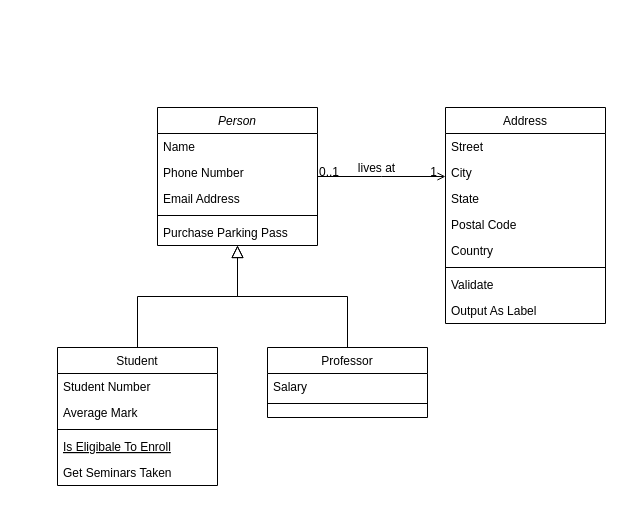
Before: Untitled Diagram.drawio in IsaiGalarza/Tutorials, a draw.io diagram. Source tidied: cells renumbered, new cells numbered last; positions are measured from the earlier drawing's top-left corner, leaving out a move shared by most shapes. Both pictures are drawn from the tidied source at 100%, with x=0, y=0 at pixel (57, 107).
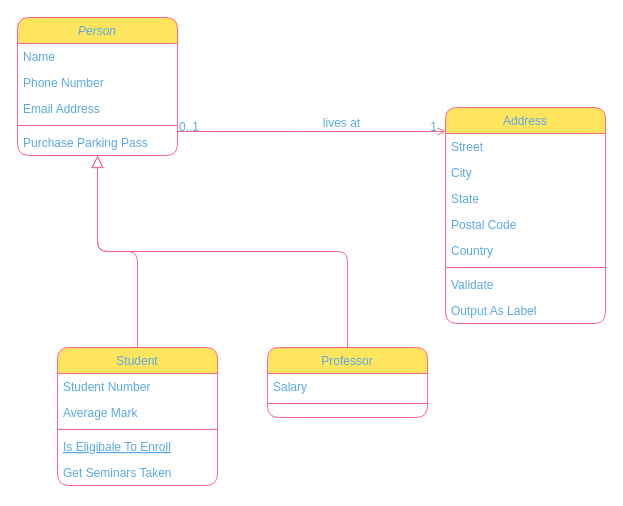
After the change.

What changed in the source:
```diff
@@
-    <mxCell id="2" value="Person" style="swimlane;fontStyle=2;align=center;verticalAlign=top;horizontal=1;startSize=26;rounded=0;shadow=0;strokeWidth=1;" parent="1" vertex="1">
-      <mxGeometry x="100" width="160" height="138" as="geometry" />
+    <mxCell id="2" value="Person" style="swimlane;fontStyle=2;align=center;verticalAlign=top;horizontal=1;startSize=26;shadow=0;strokeWidth=1;rounded=1;fillColor=#FFE45E;strokeColor=#FF6392;fontColor=#5AA9E6;" parent="1" vertex="1">
+      <mxGeometry x="-40" y="-90" width="160" height="138" as="geometry" />
     </mxCell>
-    <mxCell id="3" value="Name" style="text;align=left;verticalAlign=top;spacingLeft=4;spacingRight=4;overflow=hidden;" parent="2" vertex="1">
+    <mxCell id="3" value="Name" style="text;align=left;verticalAlign=top;spacingLeft=4;spacingRight=4;overflow=hidden;rounded=1;fontColor=#5AA9E6;" parent="2" vertex="1">
       <mxGeometry y="26" width="160" height="26" as="geometry" />
     </mxCell>
-    <mxCell id="4" value="Phone Number" style="text;align=left;verticalAlign=top;spacingLeft=4;spacingRight=4;overflow=hidden;rounded=0;shadow=0;html=0;" parent="2" vertex="1">
+    <mxCell id="4" value="Phone Number" style="text;align=left;verticalAlign=top;spacingLeft=4;spacingRight=4;overflow=hidden;shadow=0;html=0;rounded=1;fontColor=#5AA9E6;" parent="2" vertex="1">
       <mxGeometry y="52" width="160" height="26" as="geometry" />
     </mxCell>
-    <mxCell id="5" value="Email Address" style="text;align=left;verticalAlign=top;spacingLeft=4;spacingRight=4;overflow=hidden;rounded=0;shadow=0;html=0;" parent="2" vertex="1">
+    <mxCell id="5" value="Email Address" style="text;align=left;verticalAlign=top;spacingLeft=4;spacingRight=4;overflow=hidden;shadow=0;html=0;rounded=1;fontColor=#5AA9E6;" parent="2" vertex="1">
       <mxGeometry y="78" width="160" height="26" as="geometry" />
     </mxCell>
-    <mxCell id="6" style="line;html=1;strokeWidth=1;align=left;verticalAlign=middle;spacingTop=-1;spacingLeft=3;spacingRight=3;labelPosition=right;" parent="2" vertex="1">
+    <mxCell id="6" style="line;html=1;strokeWidth=1;align=left;verticalAlign=middle;spacingTop=-1;spacingLeft=3;spacingRight=3;labelPosition=right;rounded=1;fillColor=#FFE45E;strokeColor=#FF6392;fontColor=#5AA9E6;" parent="2" vertex="1">
       <mxGeometry y="104" width="160" height="8" as="geometry" />
     </mxCell>
-    <mxCell id="7" value="Purchase Parking Pass" style="text;align=left;verticalAlign=top;spacingLeft=4;spacingRight=4;overflow=hidden;" parent="2" vertex="1">
+    <mxCell id="7" value="Purchase Parking Pass" style="text;align=left;verticalAlign=top;spacingLeft=4;spacingRight=4;overflow=hidden;rounded=1;fontColor=#5AA9E6;" parent="2" vertex="1">
       <mxGeometry y="112" width="160" height="26" as="geometry" />
     </mxCell>
-    <mxCell id="8" value="Student" style="swimlane;fontStyle=0;align=center;verticalAlign=top;horizontal=1;startSize=26;rounded=0;shadow=0;strokeWidth=1;" parent="1" vertex="1">
+    <mxCell id="8" value="Student" style="swimlane;fontStyle=0;align=center;verticalAlign=top;horizontal=1;startSize=26;shadow=0;strokeWidth=1;rounded=1;fillColor=#FFE45E;strokeColor=#FF6392;fontColor=#5AA9E6;" parent="1" vertex="1">
       <mxGeometry y="240" width="160" height="138" as="geometry" />
     </mxCell>
-    <mxCell id="9" value="Student Number" style="text;align=left;verticalAlign=top;spacingLeft=4;spacingRight=4;overflow=hidden;" parent="8" vertex="1">
+    <mxCell id="9" value="Student Number" style="text;align=left;verticalAlign=top;spacingLeft=4;spacingRight=4;overflow=hidden;rounded=1;fontColor=#5AA9E6;" parent="8" vertex="1">
       <mxGeometry y="26" width="160" height="26" as="geometry" />
     </mxCell>
-    <mxCell id="10" value="Average Mark" style="text;align=left;verticalAlign=top;spacingLeft=4;spacingRight=4;overflow=hidden;rounded=0;shadow=0;html=0;" parent="8" vertex="1">
+    <mxCell id="10" value="Average Mark" style="text;align=left;verticalAlign=top;spacingLeft=4;spacingRight=4;overflow=hidden;shadow=0;html=0;rounded=1;fontColor=#5AA9E6;" parent="8" vertex="1">
       <mxGeometry y="52" width="160" height="26" as="geometry" />
     </mxCell>
-    <mxCell id="11" style="line;html=1;strokeWidth=1;align=left;verticalAlign=middle;spacingTop=-1;spacingLeft=3;spacingRight=3;labelPosition=right;" parent="8" vertex="1">
+    <mxCell id="11" style="line;html=1;strokeWidth=1;align=left;verticalAlign=middle;spacingTop=-1;spacingLeft=3;spacingRight=3;labelPosition=right;rounded=1;fillColor=#FFE45E;strokeColor=#FF6392;fontColor=#5AA9E6;" parent="8" vertex="1">
       <mxGeometry y="78" width="160" height="8" as="geometry" />
     </mxCell>
-    <mxCell id="12" value="Is Eligibale To Enroll" style="text;align=left;verticalAlign=top;spacingLeft=4;spacingRight=4;overflow=hidden;fontStyle=4;" parent="8" vertex="1">
+    <mxCell id="12" value="Is Eligibale To Enroll" style="text;align=left;verticalAlign=top;spacingLeft=4;spacingRight=4;overflow=hidden;fontStyle=4;rounded=1;fontColor=#5AA9E6;" parent="8" vertex="1">
       <mxGeometry y="86" width="160" height="26" as="geometry" />
     </mxCell>
-    <mxCell id="13" value="Get Seminars Taken" style="text;align=left;verticalAlign=top;spacingLeft=4;spacingRight=4;overflow=hidden;" parent="8" vertex="1">
+    <mxCell id="13" value="Get Seminars Taken" style="text;align=left;verticalAlign=top;spacingLeft=4;spacingRight=4;overflow=hidden;rounded=1;fontColor=#5AA9E6;" parent="8" vertex="1">
       <mxGeometry y="112" width="160" height="26" as="geometry" />
     </mxCell>
-    <mxCell id="14" style="endArrow=block;endSize=10;endFill=0;shadow=0;strokeWidth=1;rounded=0;edgeStyle=elbowEdgeStyle;elbow=vertical;" parent="1" edge="1" source="8" target="2">
+    <mxCell id="14" style="endArrow=block;endSize=10;endFill=0;shadow=0;strokeWidth=1;edgeStyle=elbowEdgeStyle;elbow=vertical;strokeColor=#FF6392;fontColor=#5AA9E6;" parent="1" edge="1" source="8" target="2">
       <mxGeometry relative="1" as="geometry" />
     </mxCell>
-    <mxCell id="15" value="Professor" style="swimlane;fontStyle=0;align=center;verticalAlign=top;horizontal=1;startSize=26;rounded=0;shadow=0;strokeWidth=1;" parent="1" vertex="1">
+    <mxCell id="15" value="Professor" style="swimlane;fontStyle=0;align=center;verticalAlign=top;horizontal=1;startSize=26;shadow=0;strokeWidth=1;rounded=1;fillColor=#FFE45E;strokeColor=#FF6392;fontColor=#5AA9E6;" parent="1" vertex="1">
       <mxGeometry x="210" y="240" width="160" height="70" as="geometry" />
     </mxCell>
-    <mxCell id="16" value="Salary" style="text;align=left;verticalAlign=top;spacingLeft=4;spacingRight=4;overflow=hidden;" parent="15" vertex="1">
+    <mxCell id="16" value="Salary" style="text;align=left;verticalAlign=top;spacingLeft=4;spacingRight=4;overflow=hidden;rounded=1;fontColor=#5AA9E6;" parent="15" vertex="1">
       <mxGeometry y="26" width="160" height="26" as="geometry" />
     </mxCell>
-    <mxCell id="17" style="line;html=1;strokeWidth=1;align=left;verticalAlign=middle;spacingTop=-1;spacingLeft=3;spacingRight=3;labelPosition=right;" parent="15" vertex="1">
+    <mxCell id="17" style="line;html=1;strokeWidth=1;align=left;verticalAlign=middle;spacingTop=-1;spacingLeft=3;spacingRight=3;labelPosition=right;rounded=1;fillColor=#FFE45E;strokeColor=#FF6392;fontColor=#5AA9E6;" parent="15" vertex="1">
       <mxGeometry y="52" width="160" height="8" as="geometry" />
     </mxCell>
-    <mxCell id="18" style="endArrow=block;endSize=10;endFill=0;shadow=0;strokeWidth=1;rounded=0;edgeStyle=elbowEdgeStyle;elbow=vertical;" parent="1" edge="1" source="15" target="2">
+    <mxCell id="18" style="endArrow=block;endSize=10;endFill=0;shadow=0;strokeWidth=1;edgeStyle=elbowEdgeStyle;elbow=vertical;strokeColor=#FF6392;fontColor=#5AA9E6;" parent="1" edge="1" source="15" target="2">
       <mxGeometry relative="1" as="geometry" />
     </mxCell>
-    <mxCell id="19" value="Address" style="swimlane;fontStyle=0;align=center;verticalAlign=top;horizontal=1;startSize=26;rounded=0;shadow=0;strokeWidth=1;" parent="1" vertex="1">
+    <mxCell id="19" value="Address" style="swimlane;fontStyle=0;align=center;verticalAlign=top;horizontal=1;startSize=26;shadow=0;strokeWidth=1;rounded=1;fillColor=#FFE45E;strokeColor=#FF6392;fontColor=#5AA9E6;" parent="1" vertex="1">
       <mxGeometry x="388" width="160" height="216" as="geometry" />
     </mxCell>
-    <mxCell id="20" value="Street" style="text;align=left;verticalAlign=top;spacingLeft=4;spacingRight=4;overflow=hidden;" parent="19" vertex="1">
+    <mxCell id="20" value="Street" style="text;align=left;verticalAlign=top;spacingLeft=4;spacingRight=4;overflow=hidden;rounded=1;fontColor=#5AA9E6;" parent="19" vertex="1">
       <mxGeometry y="26" width="160" height="26" as="geometry" />
     </mxCell>
-    <mxCell id="21" value="City" style="text;align=left;verticalAlign=top;spacingLeft=4;spacingRight=4;overflow=hidden;rounded=0;shadow=0;html=0;" parent="19" vertex="1">
+    <mxCell id="21" value="City" style="text;align=left;verticalAlign=top;spacingLeft=4;spacingRight=4;overflow=hidden;shadow=0;html=0;rounded=1;fontColor=#5AA9E6;" parent="19" vertex="1">
       <mxGeometry y="52" width="160" height="26" as="geometry" />
     </mxCell>
-    <mxCell id="22" value="State" style="text;align=left;verticalAlign=top;spacingLeft=4;spacingRight=4;overflow=hidden;rounded=0;shadow=0;html=0;" parent="19" vertex="1">
+    <mxCell id="22" value="State" style="text;align=left;verticalAlign=top;spacingLeft=4;spacingRight=4;overflow=hidden;shadow=0;html=0;rounded=1;fontColor=#5AA9E6;" parent="19" vertex="1">
       <mxGeometry y="78" width="160" height="26" as="geometry" />
     </mxCell>
-    <mxCell id="23" value="Postal Code" style="text;align=left;verticalAlign=top;spacingLeft=4;spacingRight=4;overflow=hidden;rounded=0;shadow=0;html=0;" parent="19" vertex="1">
+    <mxCell id="23" value="Postal Code" style="text;align=left;verticalAlign=top;spacingLeft=4;spacingRight=4;overflow=hidden;shadow=0;html=0;rounded=1;fontColor=#5AA9E6;" parent="19" vertex="1">
       <mxGeometry y="104" width="160" height="26" as="geometry" />
     </mxCell>
-    <mxCell id="24" value="Country" style="text;align=left;verticalAlign=top;spacingLeft=4;spacingRight=4;overflow=hidden;rounded=0;shadow=0;html=0;" parent="19" vertex="1">
+    <mxCell id="24" value="Country" style="text;align=left;verticalAlign=top;spacingLeft=4;spacingRight=4;overflow=hidden;shadow=0;html=0;rounded=1;fontColor=#5AA9E6;" parent="19" vertex="1">
       <mxGeometry y="130" width="160" height="26" as="geometry" />
     </mxCell>
-    <mxCell id="25" style="line;html=1;strokeWidth=1;align=left;verticalAlign=middle;spacingTop=-1;spacingLeft=3;spacingRight=3;labelPosition=right;" parent="19" vertex="1">
+    <mxCell id="25" style="line;html=1;strokeWidth=1;align=left;verticalAlign=middle;spacingTop=-1;spacingLeft=3;spacingRight=3;labelPosition=right;rounded=1;fillColor=#FFE45E;strokeColor=#FF6392;fontColor=#5AA9E6;" parent="19" vertex="1">
       <mxGeometry y="156" width="160" height="8" as="geometry" />
     </mxCell>
-    <mxCell id="26" value="Validate" style="text;align=left;verticalAlign=top;spacingLeft=4;spacingRight=4;overflow=hidden;" parent="19" vertex="1">
+    <mxCell id="26" value="Validate" style="text;align=left;verticalAlign=top;spacingLeft=4;spacingRight=4;overflow=hidden;rounded=1;fontColor=#5AA9E6;" parent="19" vertex="1">
       <mxGeometry y="164" width="160" height="26" as="geometry" />
     </mxCell>
-    <mxCell id="27" value="Output As Label" style="text;align=left;verticalAlign=top;spacingLeft=4;spacingRight=4;overflow=hidden;" parent="19" vertex="1">
+    <mxCell id="27" value="Output As Label" style="text;align=left;verticalAlign=top;spacingLeft=4;spacingRight=4;overflow=hidden;rounded=1;fontColor=#5AA9E6;" parent="19" vertex="1">
       <mxGeometry y="190" width="160" height="26" as="geometry" />
     </mxCell>
-    <mxCell id="28" style="endArrow=open;shadow=0;strokeWidth=1;rounded=0;endFill=1;edgeStyle=elbowEdgeStyle;elbow=vertical;" parent="1" edge="1" source="2" target="19">
+    <mxCell id="28" style="endArrow=open;shadow=0;strokeWidth=1;endFill=1;edgeStyle=elbowEdgeStyle;elbow=vertical;strokeColor=#FF6392;fontColor=#5AA9E6;" parent="1" edge="1" source="2" target="19">
       <mxGeometry x="0.5" y="41" relative="1" as="geometry">
         <mxPoint x="-40" y="32" as="offset" />
       </mxGeometry>
     </mxCell>
-    <mxCell id="29" value="0..1" style="align=left;verticalAlign=bottom;labelBackgroundColor=none;fontSize=12;" parent="28" vertex="1">
+    <mxCell id="29" value="0..1" style="align=left;verticalAlign=bottom;labelBackgroundColor=none;fontSize=12;rounded=1;fillColor=#FFE45E;strokeColor=#FF6392;fontColor=#5AA9E6;" parent="28" vertex="1">
       <mxGeometry x="-1" relative="1" as="geometry">
         <mxPoint y="4" as="offset" />
       </mxGeometry>
     </mxCell>
-    <mxCell id="30" value="1" style="align=right;verticalAlign=bottom;labelBackgroundColor=none;fontSize=12;" parent="28" vertex="1">
+    <mxCell id="30" value="1" style="align=right;verticalAlign=bottom;labelBackgroundColor=none;fontSize=12;rounded=1;fillColor=#FFE45E;strokeColor=#FF6392;fontColor=#5AA9E6;" parent="28" vertex="1">
       <mxGeometry x="1" relative="1" as="geometry">
         <mxPoint x="-7" y="4" as="offset" />
       </mxGeometry>
     </mxCell>
-    <mxCell id="31" value="lives at" style="text;html=1;align=center;verticalAlign=middle;labelBackgroundColor=none;rounded=0;shadow=0;strokeWidth=1;fontSize=12;" parent="28" vertex="1">
+    <mxCell id="31" value="lives at" style="text;html=1;align=center;verticalAlign=middle;labelBackgroundColor=none;shadow=0;strokeWidth=1;fontSize=12;rounded=1;fontColor=#5AA9E6;" parent="28" vertex="1">
       <mxGeometry x="0.5" y="49" relative="1" as="geometry">
         <mxPoint x="-38" y="40" as="offset" />
       </mxGeometry>
     </mxCell>
```
